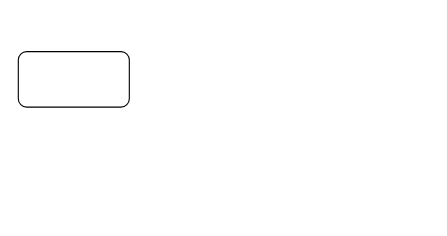
This is Untitled Diagram.drawio from zhongyu211/allen211.io, a draw.io file, before an edit. Source tidied: cells renumbered, new cells numbered last; positions are measured from the earlier drawing's top-left corner, leaving out a move shared by most shapes. Both pictures are drawn from the tidied source at 111%, with x=0, y=0 at pixel (18, 51).
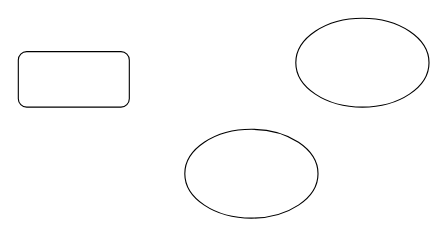
Above is the later version.

Change to the diagram source:
```diff
@@
 <mxGraphModel>
   <root>
     <mxCell id="0" />
     <mxCell id="1" parent="0" />
     <mxCell id="2" style="rounded=1;whiteSpace=wrap;html=1;" parent="1" vertex="1">
       <mxGeometry width="100" height="50" as="geometry" />
     </mxCell>
+    <mxCell id="3" style="ellipse;whiteSpace=wrap;html=1;" parent="1" vertex="1">
+      <mxGeometry x="250" y="-30" width="120" height="80" as="geometry" />
+    </mxCell>
+    <mxCell id="4" style="ellipse;whiteSpace=wrap;html=1;" parent="1" vertex="1">
+      <mxGeometry x="150" y="70" width="120" height="80" as="geometry" />
+    </mxCell>
   </root>
 </mxGraphModel>
```
